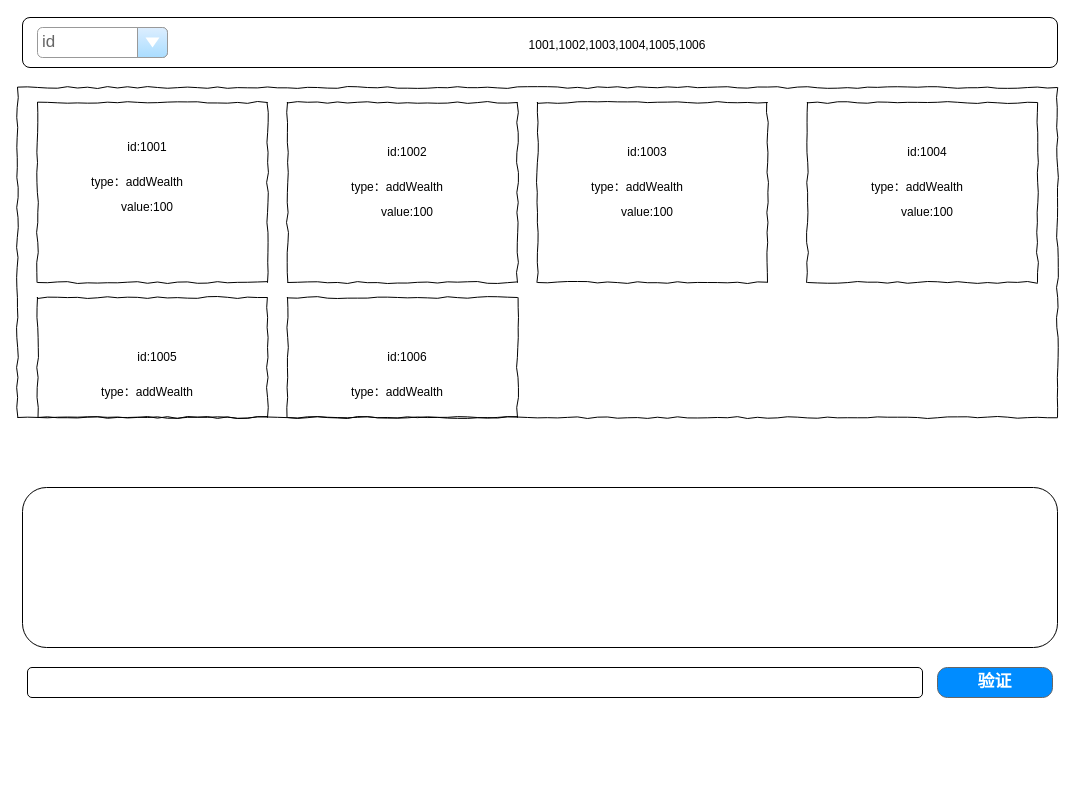
This is json配置验证.drawio from zzbbzb/VerifyJson, a draw.io file, before an edit. Source tidied: cells renumbered, new cells numbered last; positions are measured from the earlier drawing's top-left corner, leaving out a move shared by most shapes. Both pictures are drawn from the tidied source at 100%, with x=0, y=0 at pixel (17, 17).
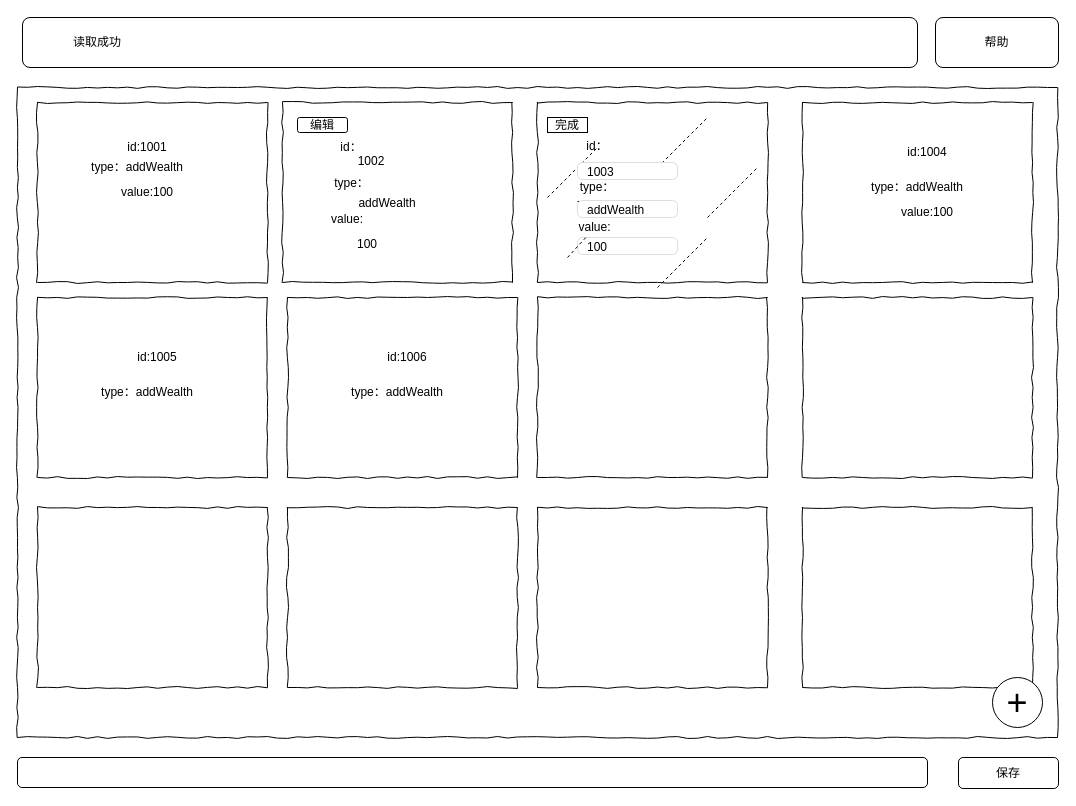
The same page after the edit.

Diff of the diagram source:
```diff
@@
     <mxCell id="2" style="whiteSpace=wrap;html=1;rounded=0;shadow=0;labelBackgroundColor=none;strokeColor=#000000;strokeWidth=1;fillColor=none;fontFamily=Verdana;fontSize=12;fontColor=#000000;align=center;comic=1;" parent="1" vertex="1">
-      <mxGeometry y="70" width="1040" height="330" as="geometry" />
+      <mxGeometry y="70" width="1040" height="650" as="geometry" />
     </mxCell>
+    <mxCell id="4" style="whiteSpace=wrap;html=1;rounded=0;shadow=0;labelBackgroundColor=none;strokeColor=#000000;strokeWidth=1;fillColor=none;fontFamily=Verdana;fontSize=12;fontColor=#000000;align=center;comic=1;" parent="1" vertex="1">
+      <mxGeometry x="20" y="85" width="230" height="180" as="geometry" />
+    </mxCell>
     <mxCell id="3" style="whiteSpace=wrap;html=1;rounded=0;shadow=0;labelBackgroundColor=none;strokeColor=#000000;strokeWidth=1;fillColor=none;fontFamily=Verdana;fontSize=12;fontColor=#000000;align=center;comic=1;" parent="1" vertex="1">
-      <mxGeometry x="20" y="280" width="230" height="120" as="geometry" />
+      <mxGeometry x="20" y="280" width="230" height="180" as="geometry" />
     </mxCell>
-    <mxCell id="4" style="whiteSpace=wrap;html=1;rounded=0;shadow=0;labelBackgroundColor=none;strokeColor=#000000;strokeWidth=1;fillColor=none;fontFamily=Verdana;fontSize=12;fontColor=#000000;align=center;comic=1;" parent="1" vertex="1">
-      <mxGeometry x="20" y="85" width="230" height="180" as="geometry" />
-    </mxCell>
     <mxCell id="5" style="whiteSpace=wrap;html=1;rounded=0;shadow=0;labelBackgroundColor=none;strokeColor=#000000;strokeWidth=1;fillColor=none;fontFamily=Verdana;fontSize=12;fontColor=#000000;align=center;comic=1;" parent="1" vertex="1">
-      <mxGeometry x="270" y="85" width="230" height="180" as="geometry" />
+      <mxGeometry x="265" y="85" width="230" height="180" as="geometry" />
     </mxCell>
@@
     <mxCell id="7" style="whiteSpace=wrap;html=1;rounded=0;shadow=0;labelBackgroundColor=none;strokeColor=#000000;strokeWidth=1;fillColor=none;fontFamily=Verdana;fontSize=12;fontColor=#000000;align=center;comic=1;" parent="1" vertex="1">
-      <mxGeometry x="790" y="85" width="230" height="180" as="geometry" />
+      <mxGeometry x="785" y="85" width="230" height="180" as="geometry" />
     </mxCell>
     <mxCell id="8" style="whiteSpace=wrap;html=1;rounded=0;shadow=0;labelBackgroundColor=none;strokeColor=#000000;strokeWidth=1;fillColor=none;fontFamily=Verdana;fontSize=12;fontColor=#000000;align=center;comic=1;" parent="1" vertex="1">
-      <mxGeometry x="270" y="280" width="230" height="120" as="geometry" />
+      <mxGeometry x="270" y="280" width="230" height="180" as="geometry" />
     </mxCell>
@@
     <mxCell id="10" value="type：addWealth" style="text;html=1;strokeColor=none;fillColor=none;align=center;verticalAlign=middle;whiteSpace=wrap;rounded=0;" parent="1" vertex="1">
-      <mxGeometry x="30" y="155" width="180" height="20" as="geometry" />
+      <mxGeometry x="30" y="140" width="180" height="20" as="geometry" />
     </mxCell>
     <mxCell id="11" value="value:100" style="text;html=1;strokeColor=none;fillColor=none;align=center;verticalAlign=middle;whiteSpace=wrap;rounded=0;" parent="1" vertex="1">
-      <mxGeometry x="40" y="180" width="180" height="20" as="geometry" />
+      <mxGeometry x="40" y="165" width="180" height="20" as="geometry" />
     </mxCell>
-    <mxCell id="12" value="id:1002" style="text;html=1;strokeColor=none;fillColor=none;align=center;verticalAlign=middle;whiteSpace=wrap;rounded=0;" parent="1" vertex="1">
-      <mxGeometry x="300" y="125" width="180" height="20" as="geometry" />
-    </mxCell>
-    <mxCell id="13" value="type：addWealth" style="text;html=1;strokeColor=none;fillColor=none;align=center;verticalAlign=middle;whiteSpace=wrap;rounded=0;" parent="1" vertex="1">
-      <mxGeometry x="290" y="160" width="180" height="20" as="geometry" />
+    <mxCell id="13" value="type：" style="text;html=1;strokeColor=none;fillColor=none;align=center;verticalAlign=middle;whiteSpace=wrap;rounded=0;" parent="1" vertex="1">
+      <mxGeometry x="307.5" y="156" width="53" height="20" as="geometry" />
     </mxCell>
-    <mxCell id="14" value="value:100" style="text;html=1;strokeColor=none;fillColor=none;align=center;verticalAlign=middle;whiteSpace=wrap;rounded=0;" parent="1" vertex="1">
-      <mxGeometry x="300" y="185" width="180" height="20" as="geometry" />
+    <mxCell id="14" value="value:" style="text;html=1;strokeColor=none;fillColor=none;align=center;verticalAlign=middle;whiteSpace=wrap;rounded=0;" parent="1" vertex="1">
+      <mxGeometry x="290" y="191.5" width="80" height="20" as="geometry" />
     </mxCell>
-    <mxCell id="15" value="id:1003" style="text;html=1;strokeColor=none;fillColor=none;align=center;verticalAlign=middle;whiteSpace=wrap;rounded=0;" parent="1" vertex="1">
-      <mxGeometry x="540" y="125" width="180" height="20" as="geometry" />
+    <mxCell id="15" value="id：&lt;br&gt;" style="text;html=1;strokeColor=none;fillColor=none;align=center;verticalAlign=middle;whiteSpace=wrap;rounded=0;" parent="1" vertex="1">
+      <mxGeometry x="550" y="119" width="60" height="20" as="geometry" />
     </mxCell>
-    <mxCell id="16" value="type：addWealth" style="text;html=1;strokeColor=none;fillColor=none;align=center;verticalAlign=middle;whiteSpace=wrap;rounded=0;" parent="1" vertex="1">
-      <mxGeometry x="530" y="160" width="180" height="20" as="geometry" />
+    <mxCell id="16" value="type：" style="text;html=1;strokeColor=none;fillColor=none;align=center;verticalAlign=middle;whiteSpace=wrap;rounded=0;direction=south;" parent="1" vertex="1">
+      <mxGeometry x="560" y="155" width="40" height="30" as="geometry" />
     </mxCell>
-    <mxCell id="17" value="value:100" style="text;html=1;strokeColor=none;fillColor=none;align=center;verticalAlign=middle;whiteSpace=wrap;rounded=0;" parent="1" vertex="1">
-      <mxGeometry x="540" y="185" width="180" height="20" as="geometry" />
-    </mxCell>
@@
     <mxCell id="25" style="rounded=1;whiteSpace=wrap;html=1;" parent="1" vertex="1">
-      <mxGeometry x="5" width="1035" height="50" as="geometry" />
+      <mxGeometry x="5" width="895" height="50" as="geometry" />
     </mxCell>
-    <mxCell id="26" value="1001,1002,1003,1004,1005,1006" style="text;html=1;strokeColor=none;fillColor=none;align=center;verticalAlign=middle;whiteSpace=wrap;rounded=0;" parent="1" vertex="1">
-      <mxGeometry x="180" y="15" width="840" height="25" as="geometry" />
-    </mxCell>
-    <mxCell id="27" value="id" style="strokeWidth=1;shadow=0;dashed=0;align=center;html=1;shape=mxgraph.mockup.forms.comboBox;strokeColor=#999999;fillColor=#ddeeff;align=left;fillColor2=#aaddff;mainText=;fontColor=#666666;fontSize=17;spacingLeft=3;" parent="1" vertex="1">
-      <mxGeometry x="20" y="10" width="130" height="30" as="geometry" />
-    </mxCell>
-    <mxCell id="28" style="rounded=1;whiteSpace=wrap;html=1;" parent="1" vertex="1">
-      <mxGeometry x="5" y="470" width="1035" height="160" as="geometry" />
-    </mxCell>
-    <mxCell id="29" value="验证" style="strokeWidth=1;shadow=0;dashed=0;align=center;html=1;shape=mxgraph.mockup.buttons.button;strokeColor=#666666;fontColor=#ffffff;mainText=;buttonStyle=round;fontSize=17;fontStyle=1;fillColor=#008cff;whiteSpace=wrap;" parent="1" vertex="1">
-      <mxGeometry x="920" y="650" width="115" height="30" as="geometry" />
-    </mxCell>
-    <mxCell id="30" style="rounded=1;whiteSpace=wrap;html=1;" parent="1" vertex="1">
-      <mxGeometry x="10" y="650" width="895" height="30" as="geometry" />
-    </mxCell>
+    <mxCell id="31" value="编辑" style="rounded=1;whiteSpace=wrap;html=1;" parent="1" vertex="1">
+      <mxGeometry x="280" y="100" width="50" height="15" as="geometry" />
+    </mxCell>
+    <mxCell id="32" value="完成" style="rounded=1;whiteSpace=wrap;html=1;arcSize=0;" parent="1" vertex="1">
+      <mxGeometry x="530" y="100" width="40" height="15" as="geometry" />
+    </mxCell>
+    <mxCell id="33" style="endArrow=none;dashed=1;html=1;" parent="1" edge="1">
+      <mxGeometry relative="1" as="geometry">
+        <mxPoint x="530" y="180" as="sourcePoint" />
+        <mxPoint x="580" y="130" as="targetPoint" />
+      </mxGeometry>
+    </mxCell>
+    <mxCell id="34" style="endArrow=none;dashed=1;html=1;" parent="1" edge="1" source="52">
+      <mxGeometry relative="1" as="geometry">
+        <mxPoint x="600" y="190" as="targetPoint" />
+      </mxGeometry>
+    </mxCell>
+    <mxCell id="35" style="endArrow=none;dashed=1;html=1;" parent="1" edge="1">
+      <mxGeometry relative="1" as="geometry">
+        <mxPoint x="640" y="150" as="sourcePoint" />
+        <mxPoint x="690" y="100" as="targetPoint" />
+      </mxGeometry>
+    </mxCell>
+    <mxCell id="36" style="endArrow=none;dashed=1;html=1;" parent="1" edge="1">
+      <mxGeometry relative="1" as="geometry">
+        <mxPoint x="690" y="200" as="sourcePoint" />
+        <mxPoint x="740" y="150" as="targetPoint" />
+      </mxGeometry>
+    </mxCell>
+    <mxCell id="37" style="endArrow=none;dashed=1;html=1;" parent="1" edge="1">
+      <mxGeometry relative="1" as="geometry">
+        <mxPoint x="640" y="270" as="sourcePoint" />
+        <mxPoint x="690" y="220" as="targetPoint" />
+      </mxGeometry>
+    </mxCell>
+    <mxCell id="38" value="保存" style="rounded=1;whiteSpace=wrap;html=1;" parent="1" vertex="1">
+      <mxGeometry x="941" y="740" width="100" height="31" as="geometry" />
+    </mxCell>
+    <mxCell id="39" style="rounded=1;whiteSpace=wrap;html=1;" parent="1" vertex="1">
+      <mxGeometry y="740" width="910" height="30" as="geometry" />
+    </mxCell>
+    <mxCell id="40" value="读取成功" style="text;html=1;strokeColor=none;fillColor=none;align=center;verticalAlign=middle;whiteSpace=wrap;rounded=0;" parent="1" vertex="1">
+      <mxGeometry x="30" y="15" width="100" height="20" as="geometry" />
+    </mxCell>
+    <mxCell id="41" value="帮助" style="rounded=1;whiteSpace=wrap;html=1;" parent="1" vertex="1">
+      <mxGeometry x="918" width="123" height="50" as="geometry" />
+    </mxCell>
+    <mxCell id="42" style="whiteSpace=wrap;html=1;rounded=0;shadow=0;labelBackgroundColor=none;strokeColor=#000000;strokeWidth=1;fillColor=none;fontFamily=Verdana;fontSize=12;fontColor=#000000;align=center;comic=1;" parent="1" vertex="1">
+      <mxGeometry x="785" y="280" width="230" height="180" as="geometry" />
+    </mxCell>
+    <mxCell id="43" style="whiteSpace=wrap;html=1;rounded=0;shadow=0;labelBackgroundColor=none;strokeColor=#000000;strokeWidth=1;fillColor=none;fontFamily=Verdana;fontSize=12;fontColor=#000000;align=center;comic=1;" parent="1" vertex="1">
+      <mxGeometry x="520" y="280" width="230" height="180" as="geometry" />
+    </mxCell>
+    <mxCell id="44" style="whiteSpace=wrap;html=1;rounded=0;shadow=0;labelBackgroundColor=none;strokeColor=#000000;strokeWidth=1;fillColor=none;fontFamily=Verdana;fontSize=12;fontColor=#000000;align=center;comic=1;" parent="1" vertex="1">
+      <mxGeometry x="785" y="490" width="230" height="180" as="geometry" />
+    </mxCell>
+    <mxCell id="45" style="whiteSpace=wrap;html=1;rounded=0;shadow=0;labelBackgroundColor=none;strokeColor=#000000;strokeWidth=1;fillColor=none;fontFamily=Verdana;fontSize=12;fontColor=#000000;align=center;comic=1;" parent="1" vertex="1">
+      <mxGeometry x="520" y="490" width="230" height="180" as="geometry" />
+    </mxCell>
+    <mxCell id="46" style="whiteSpace=wrap;html=1;rounded=0;shadow=0;labelBackgroundColor=none;strokeColor=#000000;strokeWidth=1;fillColor=none;fontFamily=Verdana;fontSize=12;fontColor=#000000;align=center;comic=1;" parent="1" vertex="1">
+      <mxGeometry x="270" y="490" width="230" height="180" as="geometry" />
+    </mxCell>
+    <mxCell id="47" style="whiteSpace=wrap;html=1;rounded=0;shadow=0;labelBackgroundColor=none;strokeColor=#000000;strokeWidth=1;fillColor=none;fontFamily=Verdana;fontSize=12;fontColor=#000000;align=center;comic=1;" parent="1" vertex="1">
+      <mxGeometry x="20" y="490" width="230" height="180" as="geometry" />
+    </mxCell>
+    <mxCell id="48" value="&lt;font style=&quot;font-size: 36px&quot;&gt;+&lt;/font&gt;" style="ellipse;whiteSpace=wrap;html=1;fontFamily=Helvetica;fontSize=12;fontColor=#000000;align=center;strokeColor=#000000;fillColor=#ffffff;gradientColor=none;" parent="1" vertex="1">
+      <mxGeometry x="975" y="660" width="50" height="50" as="geometry" />
+    </mxCell>
+    <mxCell id="49" value="&lt;span style=&quot;font-size: 12px ; text-align: center&quot;&gt;100&lt;/span&gt;" style="html=1;shadow=0;dashed=0;shape=mxgraph.bootstrap.rrect;rSize=5;fillColor=#ffffff;strokeColor=#dddddd;fontSize=14;align=left;spacingLeft=8;whiteSpace=wrap;rounded=0;" parent="1" vertex="1">
+      <mxGeometry x="560" y="220" width="100" height="17" as="geometry" />
+    </mxCell>
+    <mxCell id="50" value="&lt;span style=&quot;font-size: 12px ; text-align: center&quot;&gt;1003&lt;/span&gt;" style="html=1;shadow=0;dashed=0;shape=mxgraph.bootstrap.rrect;rSize=5;fillColor=#ffffff;strokeColor=#dddddd;fontSize=14;align=left;spacingLeft=8;whiteSpace=wrap;rounded=0;" parent="1" vertex="1">
+      <mxGeometry x="560" y="145" width="100" height="17" as="geometry" />
+    </mxCell>
+    <mxCell id="17" value="value:" style="text;html=1;strokeColor=none;fillColor=none;align=center;verticalAlign=middle;whiteSpace=wrap;rounded=0;" parent="1" vertex="1">
+      <mxGeometry x="545" y="200" width="65" height="20" as="geometry" />
+    </mxCell>
+    <mxCell id="51" style="endArrow=none;dashed=1;html=1;" parent="1" edge="1" target="17">
+      <mxGeometry relative="1" as="geometry">
+        <mxPoint x="550" y="240" as="sourcePoint" />
+      </mxGeometry>
+    </mxCell>
+    <mxCell id="52" value="&lt;span style=&quot;font-size: 12px ; text-align: center&quot;&gt;addWealth&lt;/span&gt;" style="html=1;shadow=0;dashed=0;shape=mxgraph.bootstrap.rrect;rSize=5;fillColor=#ffffff;strokeColor=#dddddd;fontSize=14;align=left;spacingLeft=8;whiteSpace=wrap;rounded=0;" parent="1" vertex="1">
+      <mxGeometry x="560" y="183" width="100" height="17" as="geometry" />
+    </mxCell>
+    <mxCell id="53" style="endArrow=none;dashed=1;html=1;" parent="1" edge="1" source="17" target="52">
+      <mxGeometry relative="1" as="geometry" />
+    </mxCell>
+    <mxCell id="54" value="100" style="text;html=1;strokeColor=none;fillColor=none;align=center;verticalAlign=middle;whiteSpace=wrap;rounded=0;" parent="1" vertex="1">
+      <mxGeometry x="330" y="217" width="40" height="20" as="geometry" />
+    </mxCell>
+    <mxCell id="55" value="1002" style="text;html=1;strokeColor=none;fillColor=none;align=center;verticalAlign=middle;whiteSpace=wrap;rounded=0;" parent="1" vertex="1">
+      <mxGeometry x="334" y="133.5" width="40" height="20" as="geometry" />
+    </mxCell>
+    <mxCell id="56" value="id：" style="text;html=1;strokeColor=none;fillColor=none;align=center;verticalAlign=middle;whiteSpace=wrap;rounded=0;" parent="1" vertex="1">
+      <mxGeometry x="314" y="120" width="40" height="20" as="geometry" />
+    </mxCell>
+    <mxCell id="57" value="addWealth" style="text;html=1;strokeColor=none;fillColor=none;align=center;verticalAlign=middle;whiteSpace=wrap;rounded=0;" parent="1" vertex="1">
+      <mxGeometry x="350" y="175.5" width="40" height="20" as="geometry" />
+    </mxCell>
```
